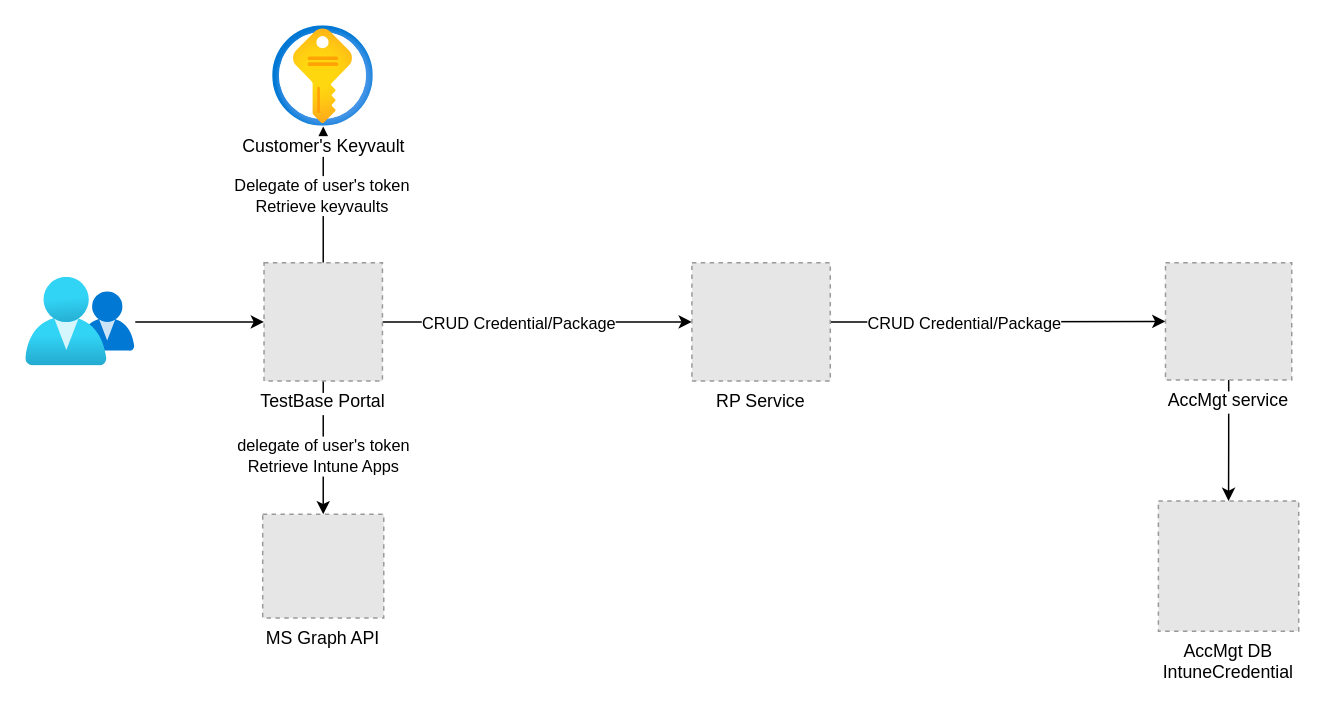
The draw.io diagram 未命名绘图.drawio in Dingshouqing/TestDevOps, before the edit. Source tidied: cells renumbered, new cells numbered last; positions are measured from the earlier drawing's top-left corner, leaving out a move shared by most shapes. Both pictures are drawn from the tidied source at 148%, with x=0, y=0 at pixel (25, 25). Pictures stored in the file or linked from it are replaced by grey dashed boxes.
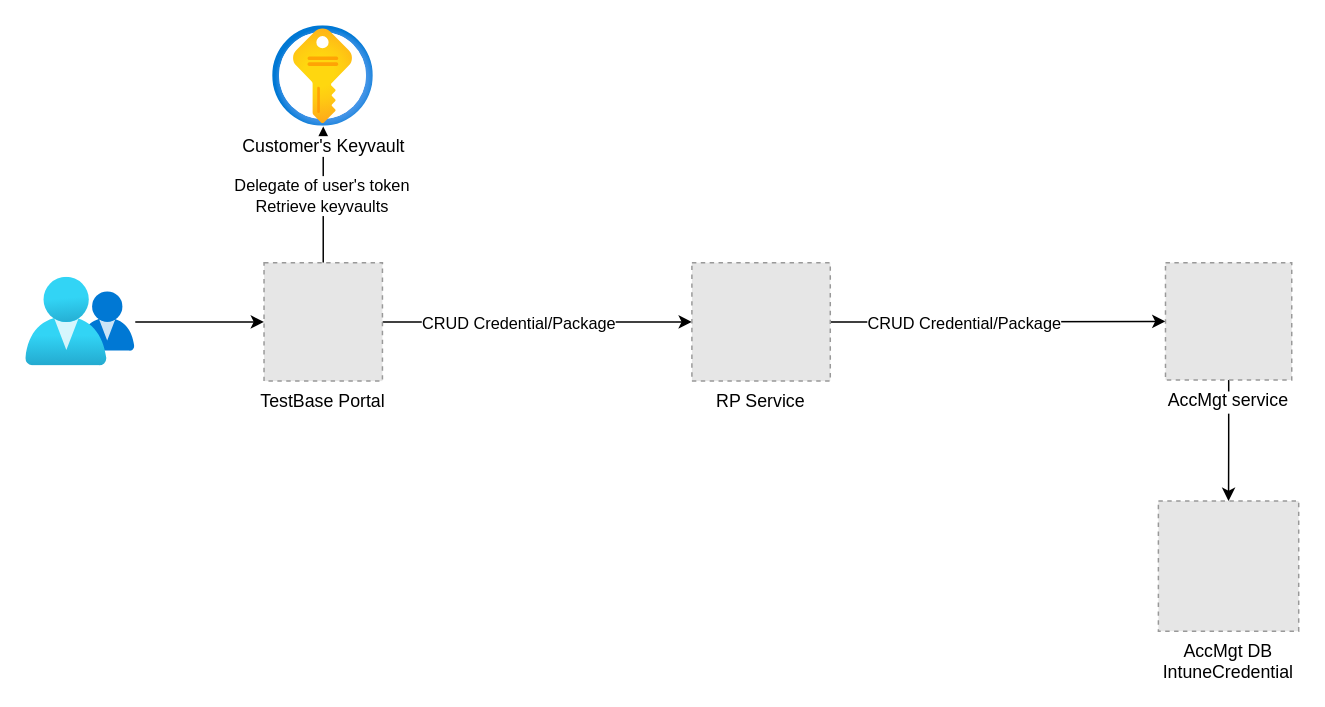
The same diagram, later.

The edit, as a diff of the source:
```diff
@@
 <mxGraphModel>
   <root>
     <mxCell id="0" />
     <mxCell id="1" parent="0" />
     <mxCell id="2" style="edgeStyle=orthogonalEdgeStyle;rounded=0;jettySize=auto;html=1;entryX=0;entryY=0.5;entryDx=0;entryDy=0;" parent="1" edge="1" source="3" target="10">
       <mxGeometry relative="1" as="geometry" />
     </mxCell>
     <mxCell id="3" style="image;html=1;points=[];align=center;fontSize=12;image=img/lib/azure2/management_governance/My_Customers.svg;" parent="1" vertex="1">
       <mxGeometry y="170" width="73.9" height="60" as="geometry" />
     </mxCell>
-    <mxCell id="4" style="edgeStyle=orthogonalEdgeStyle;rounded=0;jettySize=auto;html=1;" parent="1" edge="1" source="10" target="11">
-      <mxGeometry relative="1" as="geometry" />
-    </mxCell>
-    <mxCell id="5" value="delegate of user's token&lt;br&gt;Retrieve Intune Apps" style="edgeLabel;html=1;align=center;verticalAlign=middle;" parent="4" vertex="1">
-      <mxGeometry x="0.12" relative="1" as="geometry" />
-    </mxCell>
     <mxCell id="6" style="edgeStyle=orthogonalEdgeStyle;rounded=0;jettySize=auto;html=1;" parent="1" edge="1" source="10" target="12">
       <mxGeometry relative="1" as="geometry" />
     </mxCell>
     <mxCell id="7" value="Delegate of user's token&lt;br&gt;Retrieve keyvaults" style="edgeLabel;html=1;align=center;verticalAlign=middle;" parent="6" vertex="1">
       <mxGeometry x="0.01" y="1" relative="1" as="geometry" />
     </mxCell>
     <mxCell id="8" style="edgeStyle=orthogonalEdgeStyle;rounded=0;jettySize=auto;html=1;exitX=1;exitY=0.5;exitDx=0;exitDy=0;entryX=0;entryY=0.5;entryDx=0;entryDy=0;" parent="1" edge="1" source="10" target="15">
       <mxGeometry relative="1" as="geometry" />
     </mxCell>
     <mxCell id="9" value="CRUD Credential/Package" style="edgeLabel;html=1;align=center;verticalAlign=middle;" parent="8" vertex="1">
       <mxGeometry x="-0.12" relative="1" as="geometry" />
     </mxCell>
     <mxCell id="10" value="TestBase Portal" style="fillColor=#E6E6E6;strokeColor=#999999;dashed=1;verticalLabelPosition=bottom;labelBackgroundColor=#ffffff;verticalAlign=top;" parent="1" vertex="1">
       <mxGeometry x="160.9" y="160" width="80" height="80" as="geometry" />
     </mxCell>
-    <mxCell id="11" value="MS Graph API" style="fillColor=#E6E6E6;strokeColor=#999999;dashed=1;verticalLabelPosition=bottom;labelBackgroundColor=#ffffff;verticalAlign=top;" parent="1" vertex="1">
-      <mxGeometry x="160" y="330" width="81.8" height="70" as="geometry" />
-    </mxCell>
     <mxCell id="12" value="Customer's Keyvault" style="image;html=1;points=[];align=center;fontSize=12;image=img/lib/azure2/security/Key_Vaults.svg;" parent="1" vertex="1">
       <mxGeometry x="166.9" width="68" height="68" as="geometry" />
     </mxCell>
     <mxCell id="13" style="edgeStyle=orthogonalEdgeStyle;rounded=0;jettySize=auto;html=1;entryX=0;entryY=0.5;entryDx=0;entryDy=0;" parent="1" edge="1" source="15" target="17">
       <mxGeometry relative="1" as="geometry" />
     </mxCell>
     <mxCell id="14" value="CRUD Credential/Package" style="edgeLabel;html=1;align=center;verticalAlign=middle;" parent="13" vertex="1">
       <mxGeometry x="-0.21" relative="1" as="geometry" />
     </mxCell>
     <mxCell id="15" value="RP Service" style="fillColor=#E6E6E6;strokeColor=#999999;dashed=1;verticalLabelPosition=bottom;labelBackgroundColor=#ffffff;verticalAlign=top;" parent="1" vertex="1">
       <mxGeometry x="450" y="160" width="93.5" height="80" as="geometry" />
     </mxCell>
     <mxCell id="16" style="edgeStyle=orthogonalEdgeStyle;rounded=0;jettySize=auto;html=1;entryX=0.5;entryY=0;entryDx=0;entryDy=0;" parent="1" edge="1" source="17" target="18">
       <mxGeometry relative="1" as="geometry" />
     </mxCell>
     <mxCell id="17" value="AccMgt service" style="fillColor=#E6E6E6;strokeColor=#999999;dashed=1;verticalLabelPosition=bottom;labelBackgroundColor=#ffffff;verticalAlign=top;" parent="1" vertex="1">
       <mxGeometry x="770" y="160" width="85.3" height="79.3" as="geometry" />
     </mxCell>
     <mxCell id="18" value="AccMgt DB&#10;IntuneCredential" style="fillColor=#E6E6E6;strokeColor=#999999;dashed=1;verticalLabelPosition=bottom;labelBackgroundColor=#ffffff;verticalAlign=top;" parent="1" vertex="1">
       <mxGeometry x="765.2" y="321" width="94.8" height="88" as="geometry" />
     </mxCell>
   </root>
 </mxGraphModel>
```
